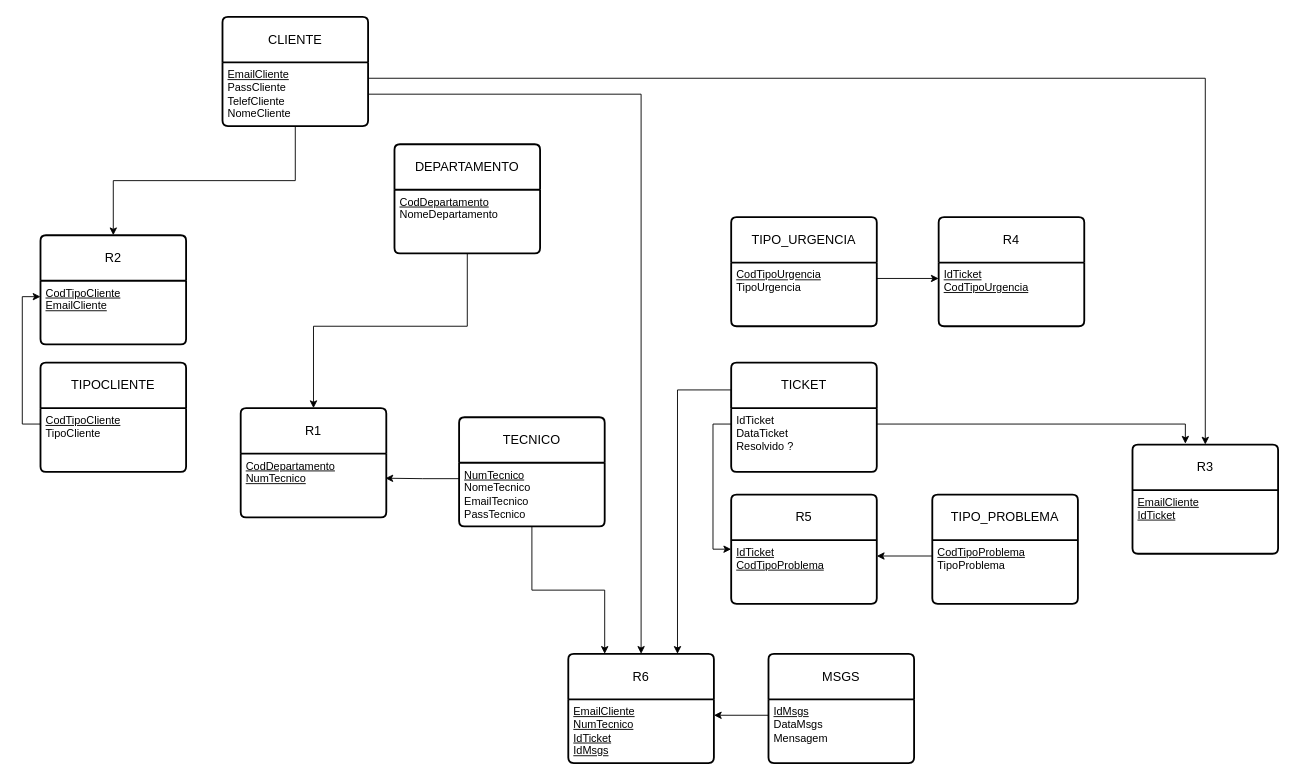
This is SistemaTicket.drawio from HenriqueINA/An-lise-de-Sistemas, a draw.io file, before an edit. Source tidied: cells renumbered, new cells numbered last; positions are measured from the earlier drawing's top-left corner, leaving out a move shared by most shapes. Both pictures are drawn from the tidied source at 91%, with x=0, y=0 at pixel (40, 16).
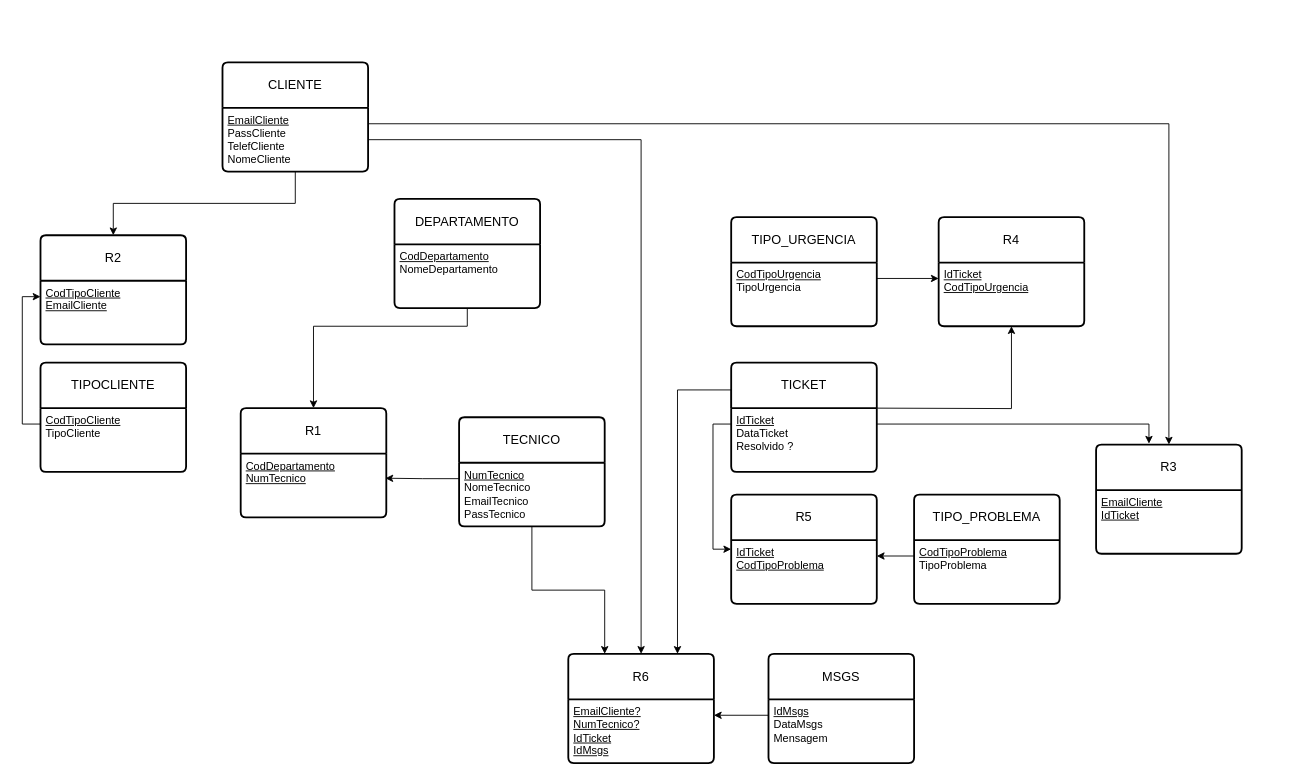
The same diagram, later.

The change refers to these unchanged cells:
```xml
<mxCell id="2" value="TICKET" style="swimlane;horizontal=1;startSize=50;rounded=1;fontSize=14;fontStyle=0;strokeWidth=2;shadow=0;dashed=0;align=center;arcSize=4;whiteSpace=wrap;html=1;" parent="1" vertex="1">
  <mxGeometry x="759" y="380" width="160" height="120" as="geometry" />
</mxCell>
<mxCell id="20" value="R6" style="swimlane;horizontal=1;startSize=50;rounded=1;fontSize=14;fontStyle=0;strokeWidth=2;shadow=0;dashed=0;align=center;arcSize=4;whiteSpace=wrap;html=1;" parent="1" vertex="1">
  <mxGeometry x="580" y="700" width="160" height="120" as="geometry" />
</mxCell>
<mxCell id="25" value="&lt;span style=&quot;text-align: center; text-decoration-line: underline;&quot;&gt;IdTicket&lt;/span&gt;&lt;div&gt;&lt;span style=&quot;text-align: center; text-decoration-line: underline;&quot;&gt;CodTipoUrgencia&lt;/span&gt;&lt;span style=&quot;text-align: center; text-decoration-line: underline;&quot;&gt;&lt;/span&gt;&lt;/div&gt;" style="align=left;strokeColor=none;fillColor=none;spacingLeft=4;spacingRight=4;fontSize=12;verticalAlign=top;html=1;whiteSpace=wrap;" parent="24" vertex="1">
  <mxGeometry y="50" width="160" height="70" as="geometry" />
</mxCell>
```

The edit, as a diff of the source:
```diff
@@
-    <mxCell id="3" value="IdTicket&lt;div&gt;DataTicket&lt;/div&gt;&lt;div&gt;Resolvido ?&lt;/div&gt;" style="align=left;strokeColor=none;fillColor=none;spacingLeft=4;spacingRight=4;fontSize=12;verticalAlign=top;html=1;whiteSpace=wrap;" parent="2" vertex="1">
+    <mxCell id="3" value="&lt;u&gt;IdTicket&lt;/u&gt;&lt;div&gt;DataTicket&lt;/div&gt;&lt;div&gt;Resolvido ?&lt;/div&gt;" style="align=left;strokeColor=none;fillColor=none;spacingLeft=4;spacingRight=4;fontSize=12;verticalAlign=top;html=1;whiteSpace=wrap;" parent="2" vertex="1">
       <mxGeometry y="50" width="160" height="70" as="geometry" />
     </mxCell>
@@
     <mxCell id="8" value="TIPO_PROBLEMA" style="swimlane;horizontal=1;startSize=50;rounded=1;fontSize=14;fontStyle=0;strokeWidth=2;shadow=0;dashed=0;align=center;arcSize=4;whiteSpace=wrap;html=1;" parent="1" vertex="1">
-      <mxGeometry x="980" y="525" width="160" height="120" as="geometry" />
+      <mxGeometry x="960" y="525" width="160" height="120" as="geometry" />
     </mxCell>
@@
     <mxCell id="14" value="DEPARTAMENTO" style="swimlane;horizontal=1;startSize=50;rounded=1;fontSize=14;fontStyle=0;strokeWidth=2;shadow=0;dashed=0;align=center;arcSize=4;whiteSpace=wrap;html=1;" parent="1" vertex="1">
-      <mxGeometry x="389" y="140" width="160" height="120" as="geometry" />
+      <mxGeometry x="389" y="200" width="160" height="120" as="geometry" />
     </mxCell>
@@
     <mxCell id="16" value="CLIENTE" style="swimlane;horizontal=1;startSize=50;rounded=1;fontSize=14;fontStyle=0;strokeWidth=2;shadow=0;dashed=0;align=center;arcSize=4;whiteSpace=wrap;html=1;" parent="1" vertex="1">
-      <mxGeometry x="200" width="160" height="120" as="geometry" />
+      <mxGeometry x="200" y="50" width="160" height="120" as="geometry" />
     </mxCell>
@@
     <mxCell id="18" value="R3" style="swimlane;horizontal=1;startSize=50;rounded=1;fontSize=14;fontStyle=0;strokeWidth=2;shadow=0;dashed=0;align=center;arcSize=4;whiteSpace=wrap;html=1;" parent="1" vertex="1">
-      <mxGeometry x="1200" y="470" width="160" height="120" as="geometry" />
+      <mxGeometry x="1160" y="470" width="160" height="120" as="geometry" />
     </mxCell>
@@
-    <mxCell id="21" value="&lt;span style=&quot;text-align: center; text-decoration-line: underline;&quot;&gt;EmailCliente&lt;/span&gt;&lt;div&gt;&lt;span style=&quot;text-align: center; text-decoration-line: underline; background-color: transparent; color: light-dark(rgb(0, 0, 0), rgb(255, 255, 255));&quot;&gt;NumTecnico&lt;/span&gt;&lt;/div&gt;&lt;div&gt;&lt;div&gt;&lt;span style=&quot;text-align: center; text-decoration-line: underline;&quot;&gt;IdTicket&lt;/span&gt;&lt;/div&gt;&lt;/div&gt;&lt;div&gt;&lt;span style=&quot;text-align: center; text-decoration-line: underline;&quot;&gt;IdMsgs&lt;/span&gt;&lt;/div&gt;" style="align=left;strokeColor=none;fillColor=none;spacingLeft=4;spacingRight=4;fontSize=12;verticalAlign=top;html=1;whiteSpace=wrap;" parent="20" vertex="1">
+    <mxCell id="21" value="&lt;span style=&quot;text-align: center; text-decoration-line: underline;&quot;&gt;EmailCliente?&lt;/span&gt;&lt;div&gt;&lt;span style=&quot;text-align: center; text-decoration-line: underline; background-color: transparent; color: light-dark(rgb(0, 0, 0), rgb(255, 255, 255));&quot;&gt;NumTecnico?&lt;/span&gt;&lt;/div&gt;&lt;div&gt;&lt;div&gt;&lt;span style=&quot;text-align: center; text-decoration-line: underline;&quot;&gt;IdTicket&lt;/span&gt;&lt;/div&gt;&lt;/div&gt;&lt;div&gt;&lt;span style=&quot;text-align: center; text-decoration-line: underline;&quot;&gt;IdMsgs&lt;/span&gt;&lt;/div&gt;" style="align=left;strokeColor=none;fillColor=none;spacingLeft=4;spacingRight=4;fontSize=12;verticalAlign=top;html=1;whiteSpace=wrap;" parent="20" vertex="1">
       <mxGeometry y="50" width="160" height="70" as="geometry" />
     </mxCell>
@@
-    <mxCell id="38" style="edgeStyle=orthogonalEdgeStyle;rounded=0;jettySize=auto;html=1;exitX=0;exitY=0;exitDx=0;exitDy=0;entryX=0.75;entryY=0;entryDx=0;entryDy=0;" parent="1" edge="1" source="3" target="20">
+    <mxCell id="38" style="edgeStyle=orthogonalEdgeStyle;rounded=0;jettySize=auto;html=1;entryX=0.75;entryY=0;entryDx=0;entryDy=0;exitX=0;exitY=0;exitDx=0;exitDy=0;" parent="1" edge="1" source="3" target="20">
       <mxGeometry relative="1" as="geometry" />
     </mxCell>
@@
+    <mxCell id="43" style="edgeStyle=orthogonalEdgeStyle;rounded=0;jettySize=auto;html=1;entryX=0.5;entryY=1;entryDx=0;entryDy=0;" parent="1" edge="1" target="25">
+      <mxGeometry relative="1" as="geometry">
+        <mxPoint x="919" y="430" as="sourcePoint" />
+      </mxGeometry>
+    </mxCell>
```
